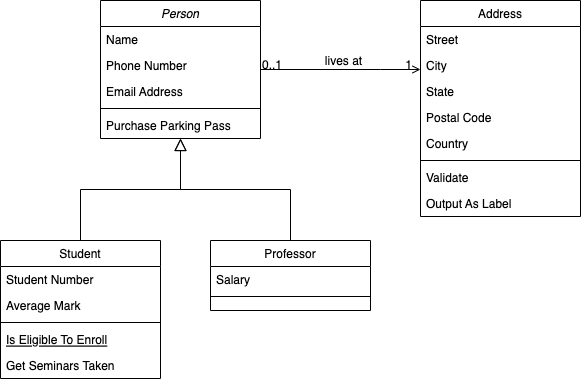
Earlier version of the draw.io export diagram.png (gypapp/drawio-github). Source tidied: cells renumbered, new cells last; positions are measured from the earlier drawing's top-left corner, leaving out a move shared by most shapes.
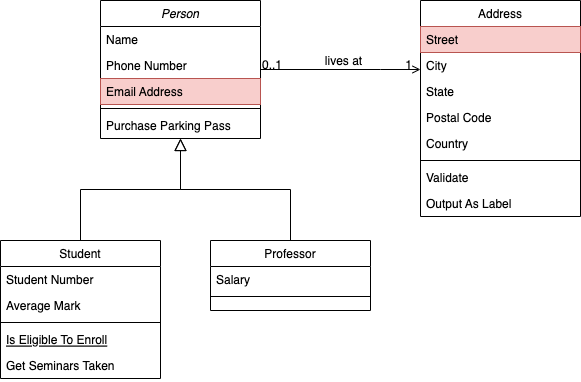
Above is the later version.

The edit, as a diff of the source:
```diff
@@ -11,7 +11,7 @@
     <mxCell id="4" value="Phone Number" style="text;strokeColor=none;fillColor=none;align=left;verticalAlign=top;spacingLeft=4;spacingRight=4;overflow=hidden;rounded=0;shadow=0;html=0;" parent="2" vertex="1">
       <mxGeometry y="52" width="160" height="26" as="geometry" />
     </mxCell>
-    <mxCell id="5" value="Email Address" style="text;strokeColor=none;fillColor=none;align=left;verticalAlign=top;spacingLeft=4;spacingRight=4;overflow=hidden;rounded=0;shadow=0;html=0;" parent="2" vertex="1">
+    <mxCell id="5" value="Email Address" style="text;strokeColor=#b85450;fillColor=#f8cecc;align=left;verticalAlign=top;spacingLeft=4;spacingRight=4;overflow=hidden;rounded=0;shadow=0;html=0;" parent="2" vertex="1">
       <mxGeometry y="78" width="160" height="26" as="geometry" />
     </mxCell>
     <mxCell id="6" style="line;html=1;strokeWidth=1;fillColor=none;align=left;verticalAlign=middle;spacingTop=-1;spacingLeft=3;spacingRight=3;labelPosition=right;" parent="2" vertex="1">
@@ -61,7 +61,7 @@
     <mxCell id="19" value="Address" style="swimlane;fontStyle=0;align=center;verticalAlign=top;horizontal=1;startSize=26;swimlaneFillColor=#ffffff;rounded=0;shadow=0;strokeWidth=1;" parent="1" vertex="1">
       <mxGeometry x="420" width="160" height="216" as="geometry" />
     </mxCell>
-    <mxCell id="20" value="Street" style="text;strokeColor=none;fillColor=none;align=left;verticalAlign=top;spacingLeft=4;spacingRight=4;overflow=hidden;" parent="19" vertex="1">
+    <mxCell id="20" value="Street" style="text;strokeColor=#b85450;fillColor=#f8cecc;align=left;verticalAlign=top;spacingLeft=4;spacingRight=4;overflow=hidden;" parent="19" vertex="1">
       <mxGeometry y="26" width="160" height="26" as="geometry" />
     </mxCell>
     <mxCell id="21" value="City" style="text;strokeColor=none;fillColor=none;align=left;verticalAlign=top;spacingLeft=4;spacingRight=4;overflow=hidden;rounded=0;shadow=0;html=0;" parent="19" vertex="1">
```
